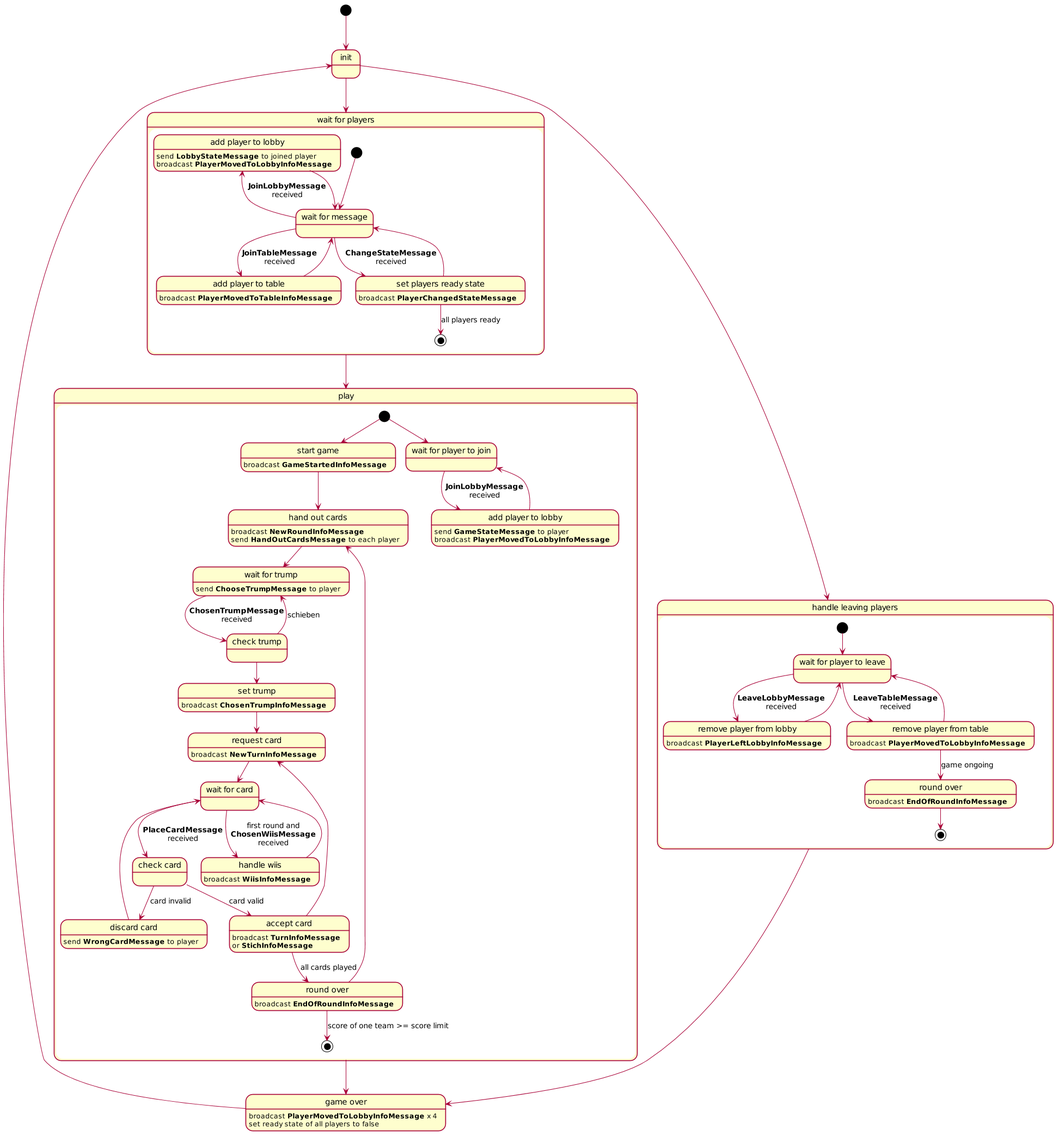
Before: StateDiagram.png, a diagram exported from PlantUML (mcalzaferri/ntb-jass-common).
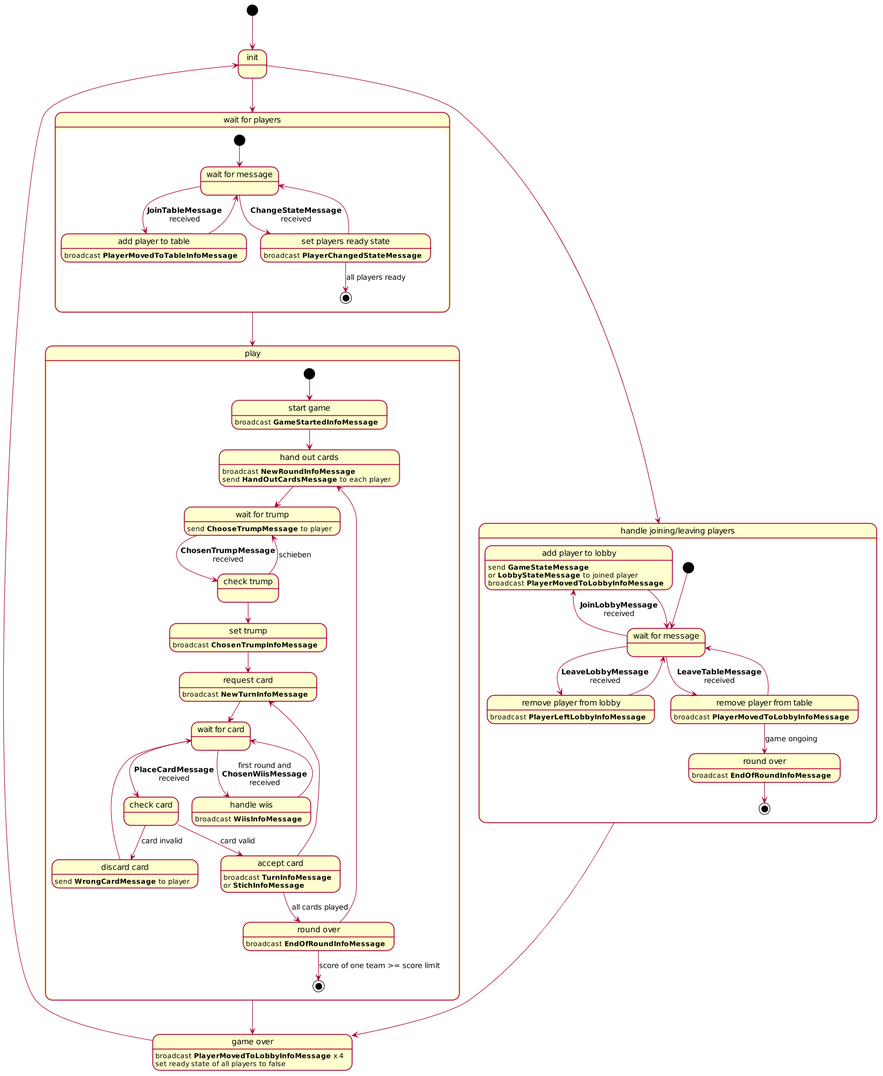
The same diagram one commit later.

The edit, as a diff of the source:
```diff
@@ -4,19 +4,16 @@
 
 [*] --> init
 init --> lobby
-init --> handleLeave
+init --> handleJoinLeave
 
 state "wait for players" as lobby {
       state "wait for message" as waitForMsg
-      state "add player to lobby" as addPlayerToLobby :      send **LobbyStateMessage** to joined player\nbroadcast **PlayerMovedToLobbyInfoMessage**
       state "add player to table" as addPlayerToTable : broadcast **PlayerMovedToTableInfoMessage**
       state "set players ready state" as setPlayerReadyState : broadcast **PlayerChangedStateMessage**
 
       [*] --> waitForMsg
-      waitForMsg -left-> addPlayerToLobby : **JoinLobbyMessage**\nreceived
       waitForMsg --> addPlayerToTable : **JoinTableMessage**\nreceived
       waitForMsg --> setPlayerReadyState : **ChangeStateMessage**\nreceived
-      addPlayerToLobby --> waitForMsg
       addPlayerToTable --> waitForMsg
       setPlayerReadyState --> waitForMsg
       setPlayerReadyState --> [*] : all players ready
@@ -56,13 +53,6 @@
       acceptCard --> roundOver : all cards played
       roundOver --> handOut
       roundOver --> [*] : score of one team >= score limit
-
-      state "wait for player to join" as waitForJoin2
-      state "add player to lobby" as addPlayerToLobby2 :       send **GameStateMessage** to player\nbroadcast **PlayerMovedToLobbyInfoMessage**
-
-      [*] --> waitForJoin2
-      waitForJoin2 --> addPlayerToLobby2 : **JoinLobbyMessage**\nreceived
-      addPlayerToLobby2 --> waitForJoin2
 }
 
 state "game over" as gameOver : broadcast **PlayerMovedToLobbyInfoMessage** x 4\nset ready state of all players to false
@@ -70,21 +60,25 @@
 play --> gameOver
 gameOver -up-> init
 
-state "handle leaving players" as handleLeave {
+
+state "handle joining/leaving players" as handleJoinLeave {
+      state "wait for message" as waitForJoinLeave
+      state "add player to lobby" as addPlayerToLobby :       send **GameStateMessage**\nor **LobbyStateMessage** to joined player\nbroadcast **PlayerMovedToLobbyInfoMessage**
       state "remove player from lobby" as removePlayerFromLobby : broadcast **PlayerLeftLobbyInfoMessage**
       state "remove player from table" as removePlayerFromTable : broadcast **PlayerMovedToLobbyInfoMessage**
-      state "wait for player to leave" as waitForLeave
       state "round over" as roundOver2 : broadcast **EndOfRoundInfoMessage**
 
-      [*] --> waitForLeave
-      waitForLeave -right-> removePlayerFromLobby : **LeaveLobbyMessage**\nreceived
-      removePlayerFromLobby --> waitForLeave
-      waitForLeave --> removePlayerFromTable : **LeaveTableMessage**\nreceived
-      removePlayerFromTable --> waitForLeave
+      [*] --> waitForJoinLeave
+      waitForJoinLeave -left-> addPlayerToLobby : **JoinLobbyMessage**\nreceived
+      addPlayerToLobby --> waitForJoinLeave
+      waitForJoinLeave-right-> removePlayerFromLobby : **LeaveLobbyMessage**\nreceived
+      removePlayerFromLobby --> waitForJoinLeave
+      waitForJoinLeave --> removePlayerFromTable : **LeaveTableMessage**\nreceived
+      removePlayerFromTable --> waitForJoinLeave
       removePlayerFromTable --> roundOver2 : game ongoing
       roundOver2 --> [*]
 }
 
-handleLeave --> gameOver
+handleJoinLeave --> gameOver
 
 @enduml
```
